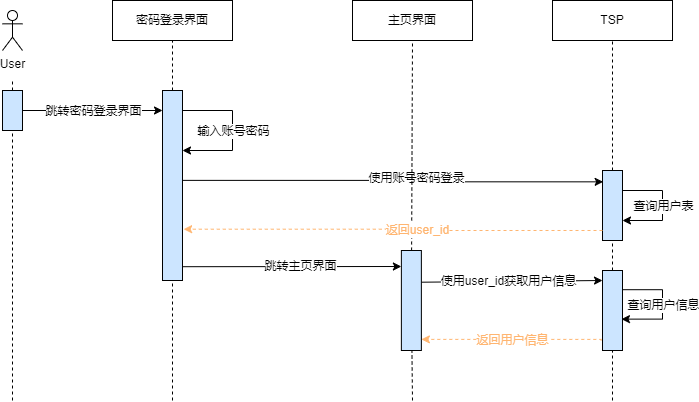
Above: x9hp/扫码登录时序图.png in notigit/Image (draw.io), before the change. Source tidied: cells renumbered, new cells last; positions are measured from the earlier drawing's top-left corner, leaving out a move shared by most shapes.
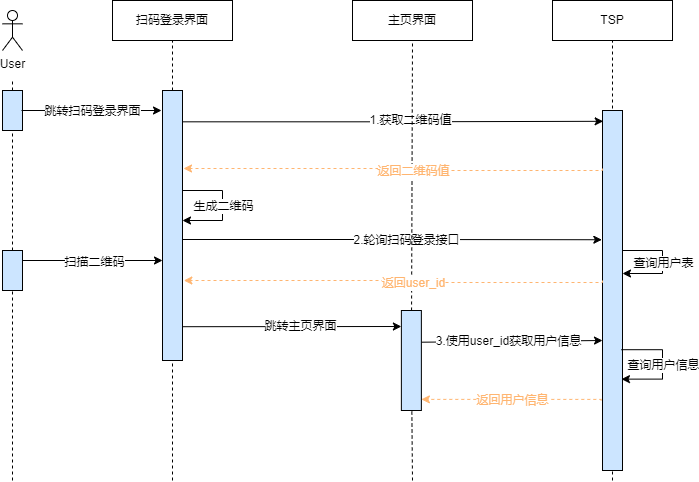
After the commit.

Commit message:
更新扫码登录时序图.png

The edit, as a diff of the source:
```diff
@@ -2,7 +2,7 @@
   <root>
     <mxCell id="0" />
     <mxCell id="1" parent="0" />
-    <mxCell id="2" value="密码登录界面" style="rounded=0;whiteSpace=wrap;html=1;" parent="1" vertex="1">
+    <mxCell id="2" value="扫码登录界面" style="rounded=0;whiteSpace=wrap;html=1;" parent="1" vertex="1">
       <mxGeometry x="110" width="120" height="40" as="geometry" />
     </mxCell>
     <mxCell id="3" value="TSP" style="rounded=0;whiteSpace=wrap;html=1;" parent="1" vertex="1">
@@ -19,42 +19,48 @@
     <mxCell id="6" style="rounded=0;whiteSpace=wrap;html=1;fillColor=#CCE5FF;" parent="1" vertex="1">
       <mxGeometry y="90" width="20" height="40" as="geometry" />
     </mxCell>
-    <mxCell id="7" style="endArrow=none;dashed=1;html=1;rounded=0;" parent="1" edge="1" target="6">
-      <mxGeometry relative="1" as="geometry">
-        <mxPoint x="10" y="400" as="sourcePoint" />
-      </mxGeometry>
+    <mxCell id="7" style="endArrow=none;dashed=1;html=1;rounded=0;startArrow=none;" parent="1" edge="1" source="45" target="6">
+      <mxGeometry relative="1" as="geometry" />
     </mxCell>
     <mxCell id="8" style="endArrow=none;dashed=1;html=1;rounded=0;startArrow=none;entryX=0.5;entryY=1;entryDx=0;entryDy=0;" parent="1" edge="1" source="11" target="2">
       <mxGeometry relative="1" as="geometry" />
     </mxCell>
-    <mxCell id="9" style="edgeStyle=orthogonalEdgeStyle;rounded=0;jettySize=auto;html=1;exitX=1.01;exitY=0.473;exitDx=0;exitDy=0;fontSize=6;entryX=0.033;entryY=0.162;entryDx=0;entryDy=0;entryPerimeter=0;exitPerimeter=0;" parent="1" edge="1" source="11" target="14">
+    <mxCell id="9" style="edgeStyle=orthogonalEdgeStyle;rounded=0;jettySize=auto;html=1;exitX=0.967;exitY=0.116;exitDx=0;exitDy=0;fontSize=6;entryX=0.033;entryY=0.03;entryDx=0;entryDy=0;entryPerimeter=0;exitPerimeter=0;" parent="1" edge="1" source="11" target="14">
       <mxGeometry relative="1" as="geometry" />
     </mxCell>
-    <mxCell id="10" value="&lt;font style=&quot;font-size: 11px&quot;&gt;使用账号密码登录&lt;/font&gt;" style="edgeLabel;html=1;align=center;verticalAlign=middle;fontSize=6;" parent="9" vertex="1">
+    <mxCell id="10" value="&lt;font style=&quot;font-size: 11px&quot;&gt;1.获取二维码值&lt;/font&gt;" style="edgeLabel;html=1;align=center;verticalAlign=middle;fontSize=6;" parent="9" vertex="1">
       <mxGeometry x="-0.17" y="2" relative="1" as="geometry">
-        <mxPoint x="58" as="offset" />
+        <mxPoint x="53" as="offset" />
       </mxGeometry>
     </mxCell>
+    <mxCell id="39" style="edgeStyle=orthogonalEdgeStyle;rounded=0;jettySize=auto;html=1;entryX=-0.033;entryY=0.359;entryDx=0;entryDy=0;entryPerimeter=0;" parent="1" edge="1" target="14">
+      <mxGeometry relative="1" as="geometry">
+        <mxPoint x="180" y="239" as="sourcePoint" />
+      </mxGeometry>
+    </mxCell>
+    <mxCell id="40" value="2.轮询扫码登录接口" style="edgeLabel;html=1;align=center;verticalAlign=middle;" parent="39" vertex="1">
+      <mxGeometry x="0.07" relative="1" as="geometry" />
+    </mxCell>
     <mxCell id="11" style="rounded=0;whiteSpace=wrap;html=1;fillColor=#CCE5FF;" parent="1" vertex="1">
-      <mxGeometry x="160" y="90" width="20" height="190" as="geometry" />
+      <mxGeometry x="160" y="90" width="20" height="270" as="geometry" />
     </mxCell>
     <mxCell id="12" style="endArrow=none;dashed=1;html=1;rounded=0;" parent="1" edge="1" target="11">
       <mxGeometry relative="1" as="geometry">
-        <mxPoint x="170" y="400" as="sourcePoint" />
+        <mxPoint x="170" y="480" as="sourcePoint" />
       </mxGeometry>
     </mxCell>
-    <mxCell id="13" style="endArrow=none;dashed=1;html=1;rounded=0;startArrow=none;entryX=0.5;entryY=1;entryDx=0;entryDy=0;" parent="1" edge="1" source="14" target="3">
-      <mxGeometry relative="1" as="geometry" />
+    <mxCell id="13" style="endArrow=none;dashed=1;html=1;rounded=0;startArrow=none;entryX=0.5;entryY=1;entryDx=0;entryDy=0;" parent="1" edge="1" target="3">
+      <mxGeometry relative="1" as="geometry">
+        <mxPoint x="610" y="480" as="sourcePoint" />
+      </mxGeometry>
     </mxCell>
     <mxCell id="14" style="rounded=0;whiteSpace=wrap;html=1;fillColor=#CCE5FF;" parent="1" vertex="1">
-      <mxGeometry x="600" y="170" width="20" height="70" as="geometry" />
+      <mxGeometry x="600" y="110" width="20" height="360" as="geometry" />
     </mxCell>
-    <mxCell id="15" style="endArrow=none;dashed=1;html=1;rounded=0;startArrow=none;entryX=0.5;entryY=1;entryDx=0;entryDy=0;" parent="1" edge="1" source="35" target="14">
-      <mxGeometry relative="1" as="geometry" />
-    </mxCell>
-    <mxCell id="16" style="endArrow=classic;html=1;rounded=0;exitX=1;exitY=0.5;exitDx=0;exitDy=0;" parent="1" edge="1" source="6">
+    <mxCell id="16" style="endArrow=classic;html=1;rounded=0;exitX=1;exitY=0.5;exitDx=0;exitDy=0;" parent="1" edge="1">
       <mxGeometry relative="1" as="geometry">
-        <mxPoint x="160" y="110" as="targetPoint" />
+        <mxPoint x="19" y="110" as="sourcePoint" />
+        <mxPoint x="159" y="110" as="targetPoint" />
       </mxGeometry>
     </mxCell>
     <mxCell id="17" style="edgeLabel;html=1;align=center;verticalAlign=middle;fillColor=#CCE5FF;fontSize=2;" parent="16" vertex="1">
@@ -62,66 +68,53 @@
         <mxPoint x="20" as="offset" />
       </mxGeometry>
     </mxCell>
-    <mxCell id="18" value="跳转密码登录界面" style="edgeLabel;html=1;align=center;verticalAlign=middle;fontSize=6;" parent="16" vertex="1">
+    <mxCell id="18" value="跳转扫码登录界面" style="edgeLabel;html=1;align=center;verticalAlign=middle;fontSize=6;" parent="16" vertex="1">
       <mxGeometry x="-0.15" relative="1" as="geometry">
         <mxPoint x="10" as="offset" />
       </mxGeometry>
     </mxCell>
-    <mxCell id="19" style="endArrow=classic;html=1;rounded=0;fontSize=6;edgeStyle=orthogonalEdgeStyle;" parent="1" edge="1">
-      <mxGeometry relative="1" as="geometry">
-        <mxPoint x="180" y="110" as="sourcePoint" />
-        <mxPoint x="180" y="150" as="targetPoint" />
-        <Array as="points">
-          <mxPoint x="230" y="110" />
-          <mxPoint x="230" y="150" />
-          <mxPoint x="180" y="150" />
-        </Array>
-      </mxGeometry>
-    </mxCell>
-    <mxCell id="20" value="输入账号密码" style="edgeLabel;html=1;align=center;verticalAlign=middle;fontSize=6;fillColor=#CCE5FF;" parent="19" vertex="1">
-      <mxGeometry relative="1" as="geometry" />
-    </mxCell>
-    <mxCell id="21" style="endArrow=classic;html=1;rounded=0;fontSize=11;edgeStyle=orthogonalEdgeStyle;" parent="1" edge="1">
+    <mxCell id="21" style="endArrow=classic;html=1;rounded=0;fontSize=11;edgeStyle=orthogonalEdgeStyle;" parent="1" edge="1" target="14">
       <mxGeometry relative="1" as="geometry">
-        <mxPoint x="620" y="190" as="sourcePoint" />
-        <mxPoint x="620" y="220" as="targetPoint" />
+        <mxPoint x="620" y="250" as="sourcePoint" />
         <Array as="points">
-          <mxPoint x="660" y="190" />
-          <mxPoint x="660" y="220" />
+          <mxPoint x="660" y="250" />
+          <mxPoint x="660" y="273" />
         </Array>
       </mxGeometry>
     </mxCell>
     <mxCell id="22" value="查询用户表" style="edgeLabel;html=1;align=center;verticalAlign=middle;fontSize=11;fillColor=#CCE5FF;" parent="21" vertex="1">
       <mxGeometry relative="1" as="geometry" />
     </mxCell>
-    <mxCell id="23" style="endArrow=classic;html=1;rounded=0;fontSize=11;fontColor=#FFB570;strokeColor=#000000;fillColor=#FFF2CC;exitX=1;exitY=0.25;exitDx=0;exitDy=0;entryX=0;entryY=0.125;entryDx=0;entryDy=0;entryPerimeter=0;" parent="1" edge="1" target="35">
+    <mxCell id="23" style="endArrow=classic;html=1;rounded=0;fontSize=11;fontColor=#FFB570;strokeColor=#000000;fillColor=#FFF2CC;exitX=1;exitY=0.25;exitDx=0;exitDy=0;entryX=0;entryY=0.125;entryDx=0;entryDy=0;entryPerimeter=0;" parent="1" edge="1">
       <mxGeometry relative="1" as="geometry">
-        <mxPoint x="418.9" y="281.7" as="sourcePoint" />
+        <mxPoint x="418.9" y="341.7" as="sourcePoint" />
+        <mxPoint x="600" y="340" as="targetPoint" />
       </mxGeometry>
     </mxCell>
-    <mxCell id="24" value="使用user_id获取用户信息" style="edgeLabel;html=1;align=center;verticalAlign=middle;fontSize=11;fontColor=#000000;fillColor=#FFB570;" parent="23" vertex="1">
+    <mxCell id="24" value="3.使用user_id获取用户信息" style="edgeLabel;html=1;align=center;verticalAlign=middle;fontSize=11;fontColor=#000000;fillColor=#FFB570;" parent="23" vertex="1">
       <mxGeometry relative="1" as="geometry">
         <mxPoint x="-4" as="offset" />
       </mxGeometry>
     </mxCell>
     <mxCell id="25" style="endArrow=classic;html=1;rounded=0;fontSize=11;fontColor=#000000;strokeColor=#000000;fillColor=#FFF2CC;edgeStyle=orthogonalEdgeStyle;entryX=1.004;entryY=0.618;entryDx=0;entryDy=0;exitX=1;exitY=0.25;exitDx=0;exitDy=0;entryPerimeter=0;" parent="1" edge="1">
       <mxGeometry relative="1" as="geometry">
-        <mxPoint x="618.9" y="289.2" as="sourcePoint" />
-        <mxPoint x="619" y="318.6" as="targetPoint" />
+        <mxPoint x="618.9" y="349.2" as="sourcePoint" />
+        <mxPoint x="619" y="378.6" as="targetPoint" />
         <Array as="points">
-          <mxPoint x="660" y="289" />
-          <mxPoint x="660" y="319" />
+          <mxPoint x="660" y="349" />
+          <mxPoint x="660" y="379" />
         </Array>
       </mxGeometry>
     </mxCell>
     <mxCell id="26" value="查询用户信息" style="edgeLabel;html=1;align=center;verticalAlign=middle;fontSize=11;fontColor=#000000;fillColor=#FFB570;" parent="25" vertex="1">
       <mxGeometry relative="1" as="geometry" />
     </mxCell>
-    <mxCell id="27" style="edgeStyle=orthogonalEdgeStyle;rounded=0;jettySize=auto;html=1;exitX=-0.067;exitY=0.875;exitDx=0;exitDy=0;fontSize=11;dashed=1;fillColor=#FFF2CC;strokeColor=#FFB570;exitPerimeter=0;" parent="1" edge="1" source="35">
+    <mxCell id="27" style="edgeStyle=orthogonalEdgeStyle;rounded=0;orthogonalLoop=1;jettySize=auto;html=1;exitX=-0.067;exitY=0.875;exitDx=0;exitDy=0;fontSize=11;dashed=1;fillColor=#FFF2CC;strokeColor=#FFB570;exitPerimeter=0;" parent="1" edge="1">
       <mxGeometry relative="1" as="geometry">
-        <mxPoint x="418.9" y="338.9" as="targetPoint" />
+        <mxPoint x="598.7" y="400" as="sourcePoint" />
+        <mxPoint x="418.9" y="398.9" as="targetPoint" />
         <Array as="points">
-          <mxPoint x="599" y="339" />
+          <mxPoint x="599" y="399" />
         </Array>
       </mxGeometry>
     </mxCell>
@@ -137,17 +130,17 @@
       <mxGeometry relative="1" as="geometry" />
     </mxCell>
     <mxCell id="31" style="rounded=0;whiteSpace=wrap;html=1;fillColor=#CCE5FF;" parent="1" vertex="1">
-      <mxGeometry x="398.9" y="250" width="20" height="100" as="geometry" />
+      <mxGeometry x="398.9" y="310" width="20" height="100" as="geometry" />
     </mxCell>
     <mxCell id="32" style="endArrow=none;dashed=1;html=1;rounded=0;" parent="1" edge="1" target="31">
       <mxGeometry relative="1" as="geometry">
-        <mxPoint x="410" y="400" as="sourcePoint" />
+        <mxPoint x="410" y="480" as="sourcePoint" />
       </mxGeometry>
     </mxCell>
     <mxCell id="33" style="endArrow=classic;html=1;rounded=0;fontSize=11;fontColor=#000000;strokeColor=#000000;fillColor=#FFF2CC;exitX=1.056;exitY=0.554;exitDx=0;exitDy=0;exitPerimeter=0;" parent="1" edge="1">
       <mxGeometry relative="1" as="geometry">
-        <mxPoint x="180" y="266.2" as="sourcePoint" />
-        <mxPoint x="398.9" y="266" as="targetPoint" />
+        <mxPoint x="180" y="326.2" as="sourcePoint" />
+        <mxPoint x="398.9" y="326" as="targetPoint" />
       </mxGeometry>
     </mxCell>
     <mxCell id="34" value="跳转主页界面" style="edgeLabel;html=1;align=center;verticalAlign=middle;fontSize=11;fontColor=#000000;fillColor=#FFB570;" parent="33" vertex="1">
@@ -155,21 +148,66 @@
         <mxPoint x="9" y="-1" as="offset" />
       </mxGeometry>
     </mxCell>
-    <mxCell id="35" style="rounded=0;whiteSpace=wrap;html=1;fillColor=#CCE5FF;" parent="1" vertex="1">
-      <mxGeometry x="600" y="270" width="20" height="80" as="geometry" />
-    </mxCell>
-    <mxCell id="36" style="endArrow=none;dashed=1;html=1;rounded=0;" parent="1" edge="1" target="35">
-      <mxGeometry relative="1" as="geometry">
-        <mxPoint x="610" y="400" as="sourcePoint" />
-      </mxGeometry>
-    </mxCell>
-    <mxCell id="37" style="edgeStyle=orthogonalEdgeStyle;rounded=0;jettySize=auto;html=1;exitX=0;exitY=0.857;exitDx=0;exitDy=0;fontSize=11;dashed=1;fillColor=#FFF2CC;strokeColor=#FFB570;exitPerimeter=0;entryX=1.056;entryY=0.73;entryDx=0;entryDy=0;entryPerimeter=0;" parent="1" edge="1" source="14" target="11">
-      <mxGeometry relative="1" as="geometry" />
+    <mxCell id="37" style="edgeStyle=orthogonalEdgeStyle;rounded=0;orthogonalLoop=1;jettySize=auto;html=1;fontSize=11;dashed=1;fillColor=#FFF2CC;strokeColor=#FFB570;" parent="1" edge="1">
+      <mxGeometry relative="1" as="geometry">
+        <mxPoint x="600" y="168" as="sourcePoint" />
+        <mxPoint x="181" y="168" as="targetPoint" />
+        <Array as="points">
+          <mxPoint x="390" y="170" />
+          <mxPoint x="390" y="168" />
+        </Array>
+      </mxGeometry>
     </mxCell>
-    <mxCell id="38" value="返回user_id" style="edgeLabel;html=1;align=center;verticalAlign=middle;fontSize=11;fillColor=#FFB570;fontColor=#FFB570;" parent="37" vertex="1">
+    <mxCell id="38" value="返回二维码值" style="edgeLabel;html=1;align=center;verticalAlign=middle;fontSize=11;fillColor=#FFB570;fontColor=#FFB570;" parent="37" vertex="1">
       <mxGeometry x="-0.16" y="1" relative="1" as="geometry">
-        <mxPoint x="-9" y="-1" as="offset" />
+        <mxPoint x="-14" y="-1" as="offset" />
       </mxGeometry>
     </mxCell>
+    <mxCell id="41" style="endArrow=classic;html=1;rounded=0;fontSize=11;edgeStyle=orthogonalEdgeStyle;" parent="1" edge="1">
+      <mxGeometry relative="1" as="geometry">
+        <mxPoint x="180" y="190" as="sourcePoint" />
+        <mxPoint x="180" y="220" as="targetPoint" />
+        <Array as="points">
+          <mxPoint x="220" y="190" />
+          <mxPoint x="220" y="220" />
+        </Array>
+      </mxGeometry>
+    </mxCell>
+    <mxCell id="42" value="生成二维码" style="edgeLabel;html=1;align=center;verticalAlign=middle;fontSize=11;fillColor=#CCE5FF;" parent="41" vertex="1">
+      <mxGeometry relative="1" as="geometry" />
+    </mxCell>
+    <mxCell id="43" style="edgeStyle=orthogonalEdgeStyle;rounded=0;jettySize=auto;html=1;exitX=1;exitY=0.25;exitDx=0;exitDy=0;" parent="1" edge="1" source="45">
+      <mxGeometry relative="1" as="geometry">
+        <mxPoint x="160" y="260" as="targetPoint" />
+      </mxGeometry>
+    </mxCell>
+    <mxCell id="44" value="扫描二维码" style="edgeLabel;html=1;align=center;verticalAlign=middle;" parent="43" vertex="1">
+      <mxGeometry x="-0.18" y="-1" relative="1" as="geometry">
+        <mxPoint x="14" as="offset" />
+      </mxGeometry>
+    </mxCell>
+    <mxCell id="45" style="rounded=0;whiteSpace=wrap;html=1;fillColor=#CCE5FF;" parent="1" vertex="1">
+      <mxGeometry y="250" width="20" height="40" as="geometry" />
+    </mxCell>
+    <mxCell id="46" style="endArrow=none;dashed=1;html=1;rounded=0;" parent="1" edge="1" target="45">
+      <mxGeometry relative="1" as="geometry">
+        <mxPoint x="10" y="480" as="sourcePoint" />
+      </mxGeometry>
+    </mxCell>
+    <mxCell id="47" style="edgeStyle=orthogonalEdgeStyle;rounded=0;orthogonalLoop=1;jettySize=auto;html=1;fontSize=11;dashed=1;fillColor=#FFF2CC;strokeColor=#FFB570;entryX=1.067;entryY=0.39;entryDx=0;entryDy=0;entryPerimeter=0;" parent="1" edge="1">
+      <mxGeometry relative="1" as="geometry">
+        <mxPoint x="600" y="280" as="sourcePoint" />
+        <mxPoint x="181.3" y="280" as="targetPoint" />
+        <Array as="points">
+          <mxPoint x="390" y="282" />
+          <mxPoint x="390" y="280" />
+        </Array>
+      </mxGeometry>
+    </mxCell>
+    <mxCell id="48" value="返回user_id" style="edgeLabel;html=1;align=center;verticalAlign=middle;fontSize=11;fillColor=#FFB570;fontColor=#FFB570;" parent="47" vertex="1">
+      <mxGeometry x="-0.16" y="1" relative="1" as="geometry">
+        <mxPoint x="-14" y="-1" as="offset" />
+      </mxGeometry>
+    </mxCell>
   </root>
 </mxGraphModel>
```
